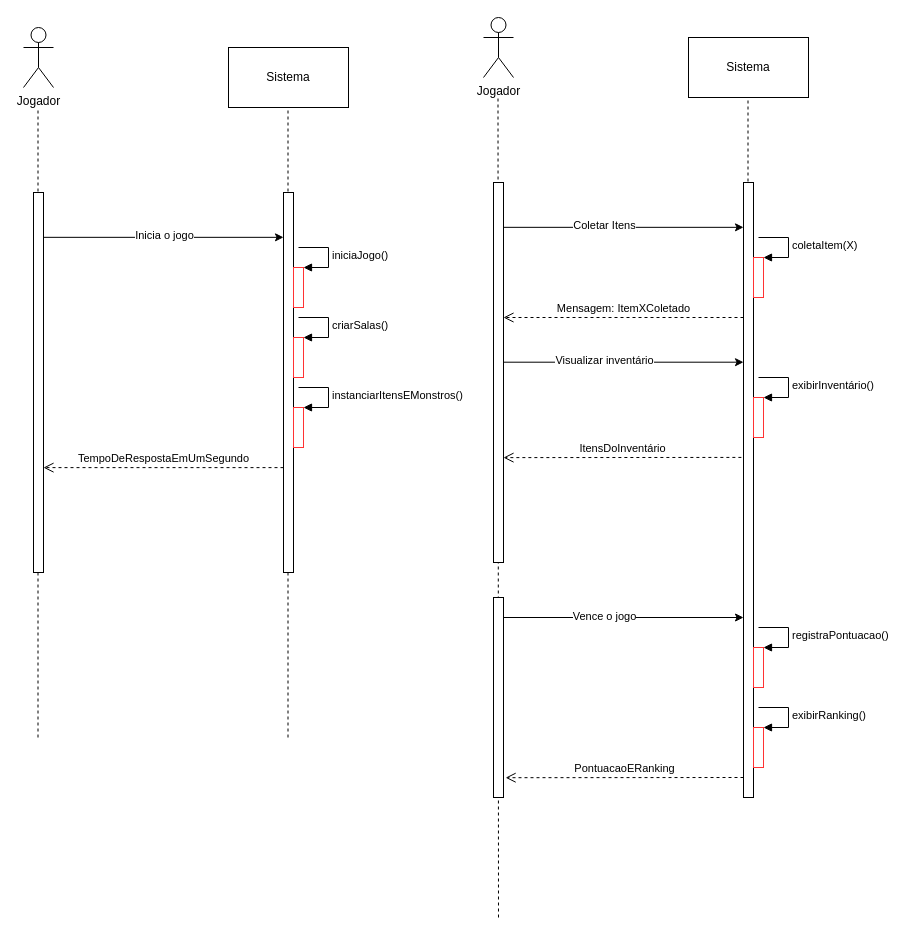
Above: page "Visão Funcional" (2 of 4) of Descrição da Arquitetura.drawio in renanreyc/EngenhariaDeSoftware (draw.io), before the change. Source tidied: cells renumbered, new cells numbered last; positions are measured from the earlier drawing's top-left corner, leaving out a move shared by most shapes. Both pictures are drawn from the tidied source at 100%, with x=0, y=0 at pixel (23, 17).
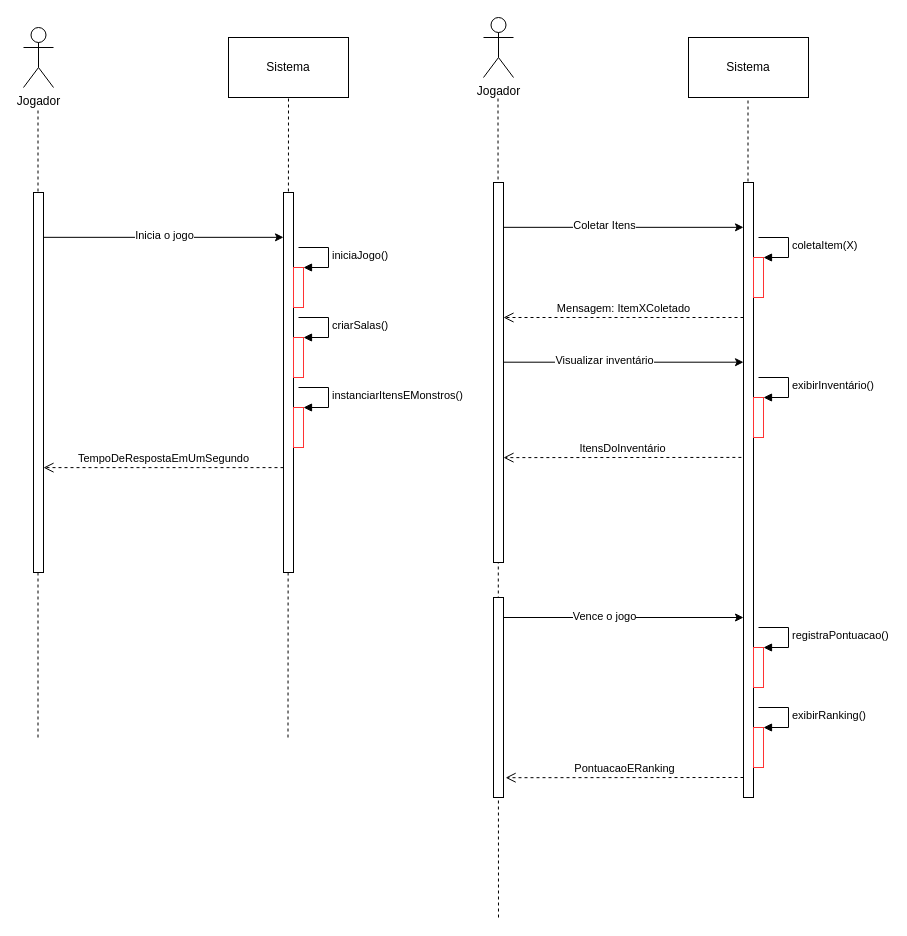
The same diagram, later.

Diff of the diagram source:
```diff
@@
-    <mxCell id="7" style="endArrow=none;dashed=1;html=1;rounded=0;" parent="1" edge="1">
+    <mxCell id="7" style="endArrow=none;dashed=1;html=1;rounded=0;entryX=0.5;entryY=1;entryDx=0;entryDy=0;" parent="1" edge="1" target="9">
       <mxGeometry relative="1" as="geometry">
         <mxPoint x="264.5" y="720" as="sourcePoint" />
-        <mxPoint x="264.5" y="90" as="targetPoint" />
       </mxGeometry>
     </mxCell>
@@
     <mxCell id="9" value="Sistema" style="rounded=0;whiteSpace=wrap;html=1;" parent="1" vertex="1">
-      <mxGeometry x="205" y="30" width="120" height="60" as="geometry" />
+      <mxGeometry x="205" y="20" width="120" height="60" as="geometry" />
     </mxCell>
```
